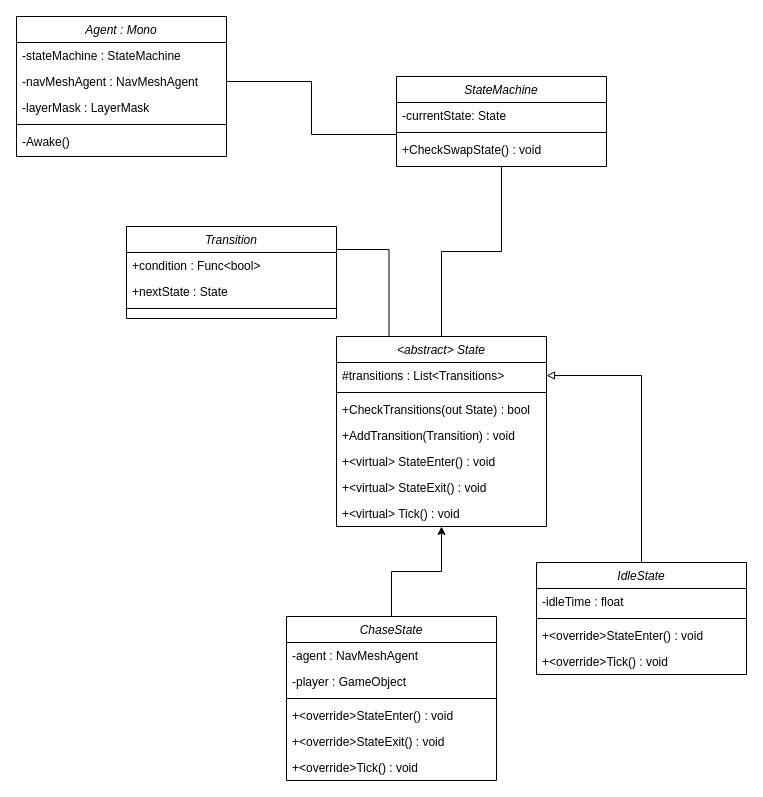
Above: KIProjektKlasseDiagram.drawio in RDMJoker/LL_Semester2_Project (draw.io), before the change. Source tidied: cells renumbered, new cells numbered last; positions are measured from the earlier drawing's top-left corner, leaving out a move shared by most shapes. Both pictures are drawn from the tidied source at 100%, with x=0, y=0 at pixel (16, 16).
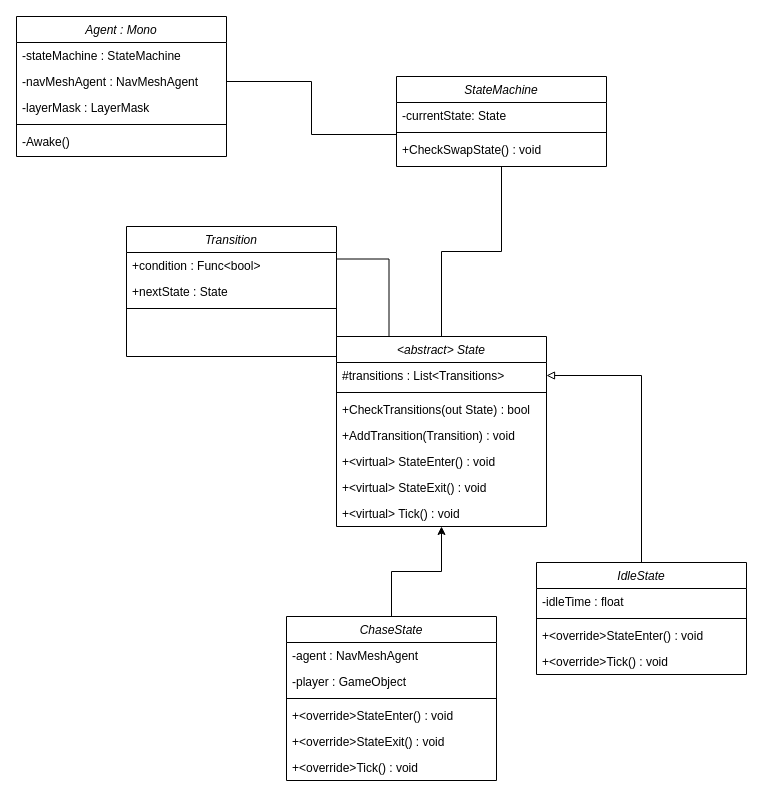
Above is the later version.

Change to the diagram source:
```diff
@@
     <mxCell id="9" value="Transition" style="swimlane;fontStyle=2;align=center;verticalAlign=top;horizontal=1;startSize=26;rounded=0;shadow=0;strokeWidth=1;" parent="1" vertex="1">
-      <mxGeometry x="110" y="210" width="210" height="92" as="geometry" />
+      <mxGeometry x="110" y="210" width="210" height="130" as="geometry" />
     </mxCell>
@@
-    <mxCell id="13" value="&#10;" style="text;align=left;verticalAlign=top;spacingLeft=4;spacingRight=4;overflow=hidden;" parent="9" vertex="1">
-      <mxGeometry y="86" width="210" height="6" as="geometry" />
-    </mxCell>
```
